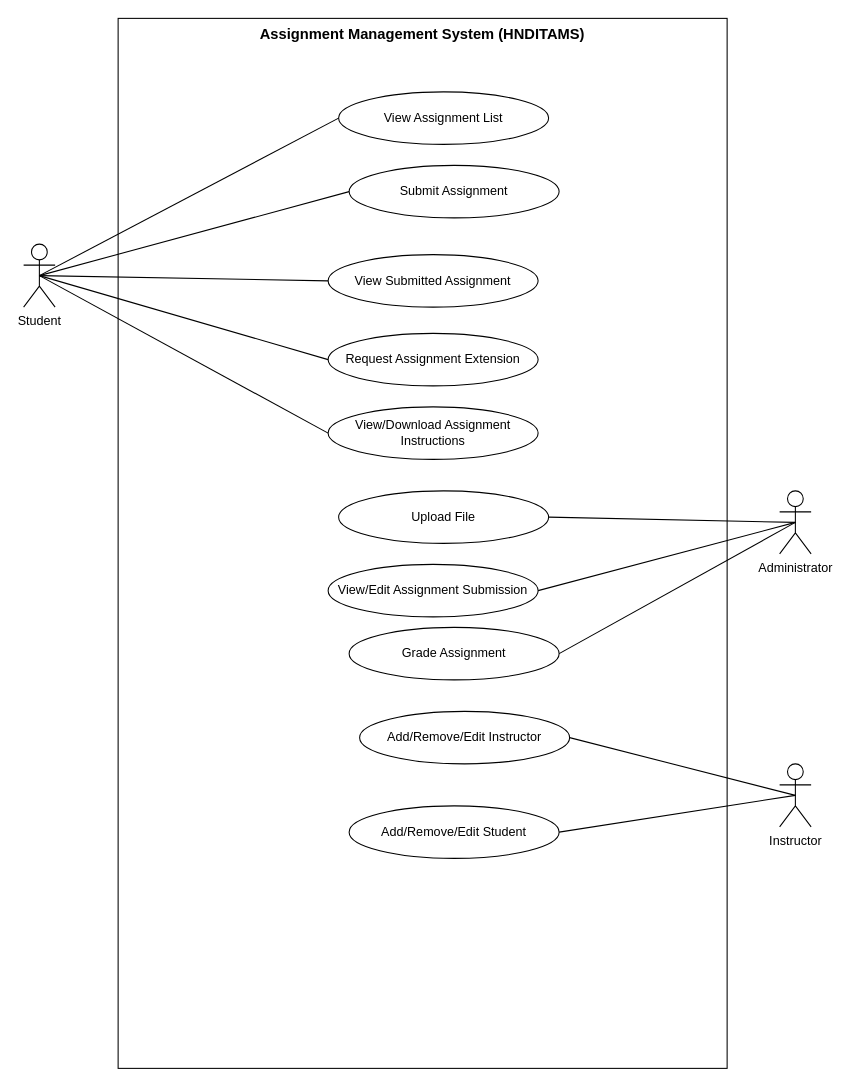
Earlier version of the draw.io diagram docs/use-case.drawio (pasindu-dil/hndit-ams). Source tidied: cells renumbered, new cells numbered last; positions are measured from the earlier drawing's top-left corner, leaving out a move shared by most shapes. Both pictures are drawn from the tidied source at 105%, with x=0, y=0 at pixel (23, 18).
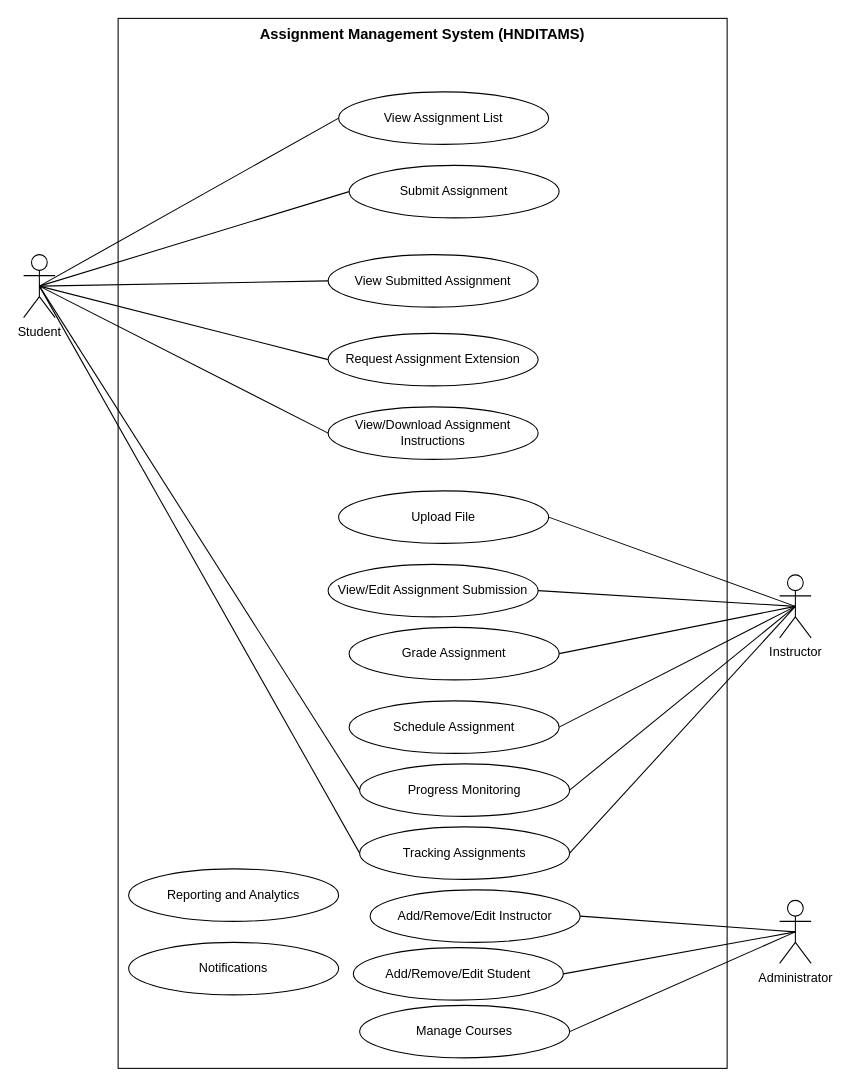
The same page after the edit.

Diff of the diagram source:
```diff
@@
     <mxCell id="4" value="Student" style="shape=umlActor;verticalLabelPosition=bottom;verticalAlign=top;html=1;outlineConnect=0;" parent="1" vertex="1">
-      <mxGeometry y="215" width="30" height="60" as="geometry" />
+      <mxGeometry y="225" width="30" height="60" as="geometry" />
     </mxCell>
-    <mxCell id="5" value="Instructor" style="shape=umlActor;verticalLabelPosition=bottom;verticalAlign=top;html=1;outlineConnect=0;" parent="1" vertex="1">
-      <mxGeometry x="720" y="710" width="30" height="60" as="geometry" />
+    <mxCell id="5" value="Administrator" style="shape=umlActor;verticalLabelPosition=bottom;verticalAlign=top;html=1;outlineConnect=0;" parent="1" vertex="1">
+      <mxGeometry x="720" y="840" width="30" height="60" as="geometry" />
     </mxCell>
-    <mxCell id="6" value="Administrator" style="shape=umlActor;verticalLabelPosition=bottom;verticalAlign=top;html=1;outlineConnect=0;" parent="1" vertex="1">
-      <mxGeometry x="720" y="450" width="30" height="60" as="geometry" />
+    <mxCell id="6" value="Instructor" style="shape=umlActor;verticalLabelPosition=bottom;verticalAlign=top;html=1;outlineConnect=0;" parent="1" vertex="1">
+      <mxGeometry x="720" y="530" width="30" height="60" as="geometry" />
     </mxCell>
@@
     <mxCell id="15" value="Add/Remove/Edit Instructor" style="ellipse;whiteSpace=wrap;html=1;" parent="1" vertex="1">
-      <mxGeometry x="320" y="660" width="200" height="50" as="geometry" />
+      <mxGeometry x="330" y="830" width="200" height="50" as="geometry" />
     </mxCell>
     <mxCell id="16" value="Add/Remove/Edit Student" style="ellipse;whiteSpace=wrap;html=1;" parent="1" vertex="1">
-      <mxGeometry x="310" y="750" width="200" height="50" as="geometry" />
+      <mxGeometry x="314" y="885" width="200" height="50" as="geometry" />
     </mxCell>
@@
+    <mxCell id="27" value="Schedule Assignment" style="ellipse;whiteSpace=wrap;html=1;" parent="1" vertex="1">
+      <mxGeometry x="310" y="650" width="200" height="50" as="geometry" />
+    </mxCell>
+    <mxCell id="28" style="endArrow=none;html=1;rounded=0;exitX=1;exitY=0.5;exitDx=0;exitDy=0;entryX=0.5;entryY=0.5;entryDx=0;entryDy=0;entryPerimeter=0;" parent="1" edge="1" source="27" target="6">
+      <mxGeometry relative="1" as="geometry" />
+    </mxCell>
+    <mxCell id="29" value="Progress Monitoring" style="ellipse;whiteSpace=wrap;html=1;" parent="1" vertex="1">
+      <mxGeometry x="320" y="710" width="200" height="50" as="geometry" />
+    </mxCell>
+    <mxCell id="30" style="endArrow=none;html=1;rounded=0;exitX=1;exitY=0.5;exitDx=0;exitDy=0;entryX=0.5;entryY=0.5;entryDx=0;entryDy=0;entryPerimeter=0;" parent="1" edge="1" source="29" target="6">
+      <mxGeometry relative="1" as="geometry" />
+    </mxCell>
+    <mxCell id="31" style="endArrow=none;html=1;rounded=0;exitX=0.5;exitY=0.5;exitDx=0;exitDy=0;exitPerimeter=0;entryX=0;entryY=0.5;entryDx=0;entryDy=0;" parent="1" edge="1" source="4" target="29">
+      <mxGeometry relative="1" as="geometry" />
+    </mxCell>
+    <mxCell id="32" value="Tracking Assignments" style="ellipse;whiteSpace=wrap;html=1;" parent="1" vertex="1">
+      <mxGeometry x="320" y="770" width="200" height="50" as="geometry" />
+    </mxCell>
+    <mxCell id="33" style="endArrow=none;html=1;rounded=0;exitX=1;exitY=0.5;exitDx=0;exitDy=0;entryX=0.5;entryY=0.5;entryDx=0;entryDy=0;entryPerimeter=0;" parent="1" edge="1" source="32" target="6">
+      <mxGeometry relative="1" as="geometry" />
+    </mxCell>
+    <mxCell id="34" style="endArrow=none;html=1;rounded=0;exitX=0.5;exitY=0.5;exitDx=0;exitDy=0;exitPerimeter=0;entryX=0;entryY=0.5;entryDx=0;entryDy=0;" parent="1" edge="1" source="4" target="32">
+      <mxGeometry relative="1" as="geometry" />
+    </mxCell>
+    <mxCell id="35" value="Manage Courses" style="ellipse;whiteSpace=wrap;html=1;" parent="1" vertex="1">
+      <mxGeometry x="320" y="940" width="200" height="50" as="geometry" />
+    </mxCell>
+    <mxCell id="36" style="endArrow=none;html=1;rounded=0;exitX=1;exitY=0.5;exitDx=0;exitDy=0;entryX=0.5;entryY=0.5;entryDx=0;entryDy=0;entryPerimeter=0;" parent="1" edge="1" source="35" target="5">
+      <mxGeometry relative="1" as="geometry" />
+    </mxCell>
+    <mxCell id="37" value="Reporting and Analytics" style="ellipse;whiteSpace=wrap;html=1;" parent="1" vertex="1">
+      <mxGeometry x="100" y="810" width="200" height="50" as="geometry" />
+    </mxCell>
+    <mxCell id="38" value="Notifications" style="ellipse;whiteSpace=wrap;html=1;" parent="1" vertex="1">
+      <mxGeometry x="100" y="880" width="200" height="50" as="geometry" />
+    </mxCell>
```
